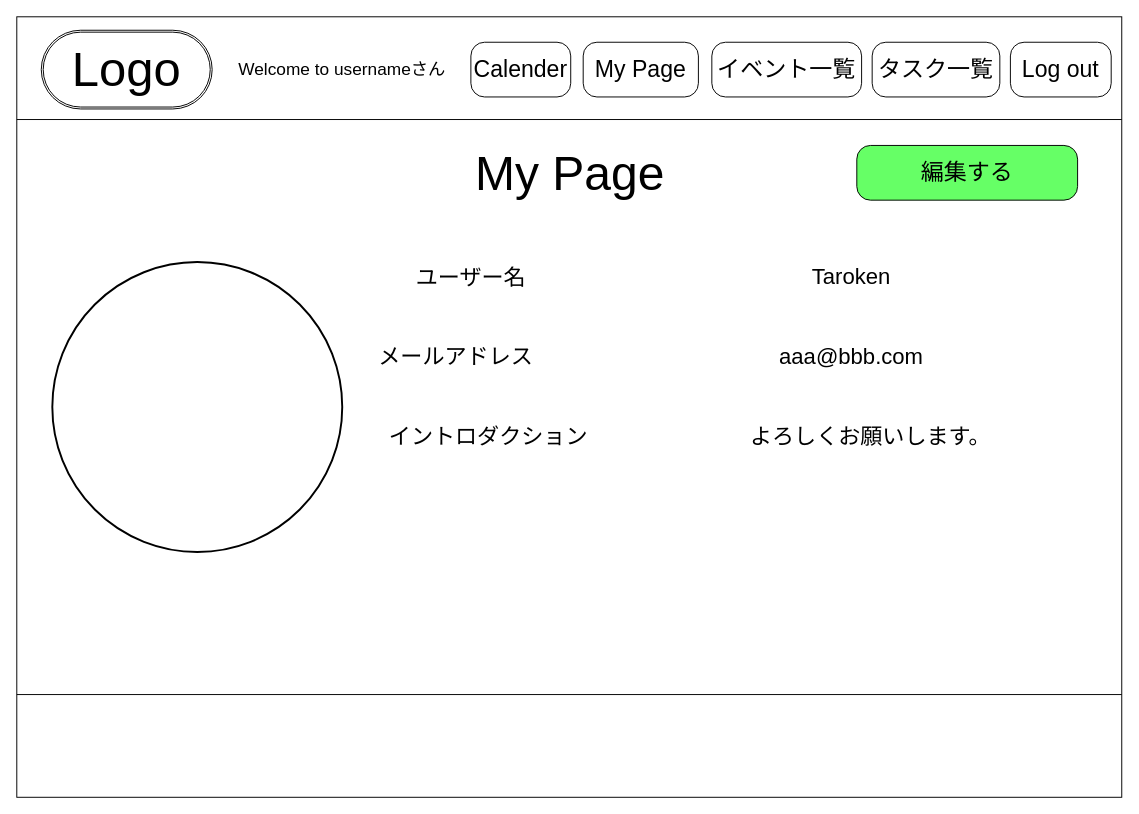
This is page "マイページ" (5 of 20) of wire flame.drawio from MurapyonCorp/My-Portfolio, a draw.io file, before an edit. Source tidied: cells renumbered, new cells numbered last; positions are measured from the earlier drawing's top-left corner, leaving out a move shared by most shapes. Both pictures are drawn from the tidied source at 96%, with x=0, y=0 at pixel (16, 16).
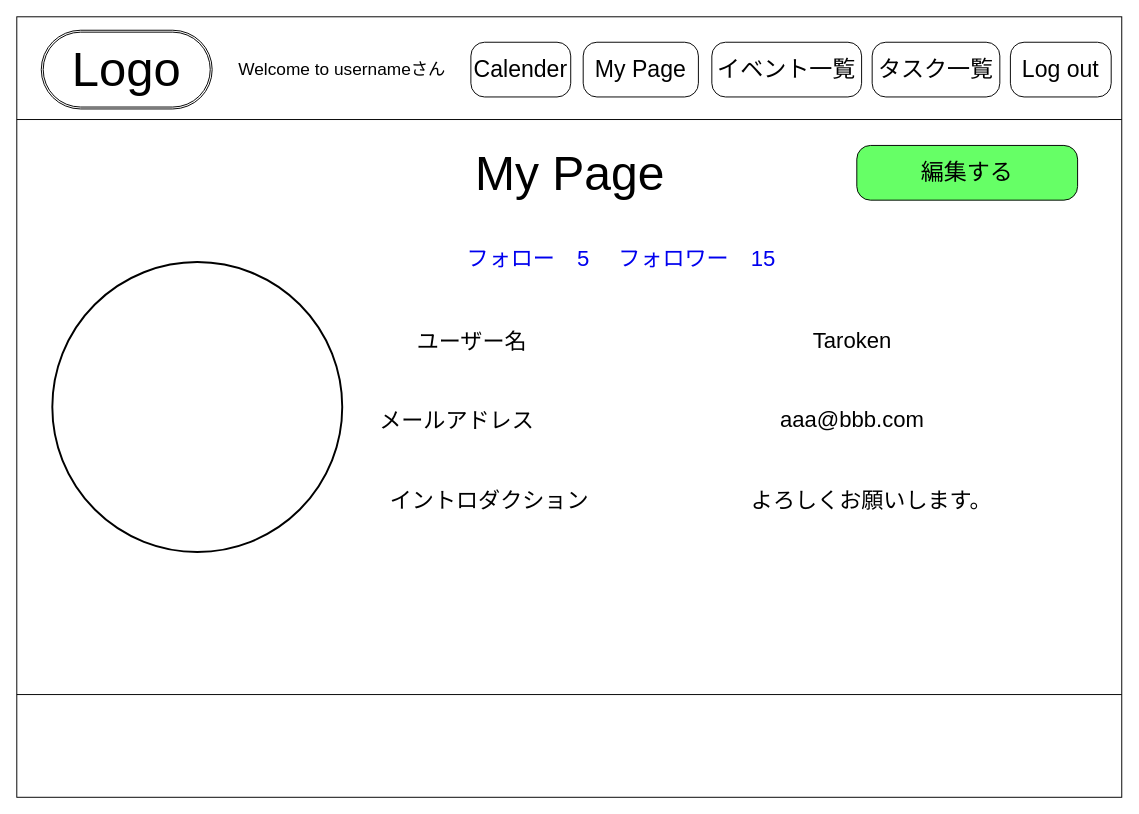
The same diagram, later.

The edit, as a diff of the source:
```diff
@@
     <mxCell id="12" value="ユーザー名" style="text;strokeColor=none;fillColor=none;align=left;verticalAlign=top;spacingLeft=4;spacingRight=4;overflow=hidden;fontSize=23;fontColor=#000000;" parent="1" vertex="1">
-      <mxGeometry x="410" y="251" width="132" height="40" as="geometry" />
+      <mxGeometry x="411" y="317.5" width="132" height="40" as="geometry" />
     </mxCell>
     <mxCell id="13" value="イントロダクション" style="text;strokeColor=none;fillColor=none;align=left;verticalAlign=top;spacingLeft=4;spacingRight=4;overflow=hidden;fontSize=23;fontColor=#000000;" parent="1" vertex="1">
-      <mxGeometry x="382" y="417" width="222" height="40" as="geometry" />
+      <mxGeometry x="383" y="483.5" width="222" height="40" as="geometry" />
     </mxCell>
     <mxCell id="14" value="メールアドレス" style="text;strokeColor=none;fillColor=none;align=left;verticalAlign=top;spacingLeft=4;spacingRight=4;overflow=hidden;fontSize=23;fontColor=#000000;" parent="1" vertex="1">
-      <mxGeometry x="371" y="333.5" width="171" height="40" as="geometry" />
+      <mxGeometry x="372" y="400" width="171" height="40" as="geometry" />
     </mxCell>
     <mxCell id="15" value="&lt;font color=&quot;#000000&quot;&gt;Taroken&lt;/font&gt;" style="text;html=1;strokeColor=none;fillColor=none;align=center;verticalAlign=middle;whiteSpace=wrap;rounded=0;fontSize=23;" parent="1" vertex="1">
-      <mxGeometry x="756" y="240.5" width="227" height="61" as="geometry" />
+      <mxGeometry x="757" y="307" width="227" height="61" as="geometry" />
     </mxCell>
     <mxCell id="16" value="&lt;font color=&quot;#000000&quot;&gt;aaa@bbb.com&lt;/font&gt;" style="text;html=1;strokeColor=none;fillColor=none;align=center;verticalAlign=middle;whiteSpace=wrap;rounded=0;fontSize=23;" parent="1" vertex="1">
-      <mxGeometry x="756" y="323" width="227" height="61" as="geometry" />
+      <mxGeometry x="757" y="389.5" width="227" height="61" as="geometry" />
     </mxCell>
     <mxCell id="17" value="&lt;font color=&quot;#000000&quot;&gt;よろしくお願いします。&lt;/font&gt;" style="text;html=1;strokeColor=none;fillColor=none;align=center;verticalAlign=middle;whiteSpace=wrap;rounded=0;fontSize=23;" parent="1" vertex="1">
-      <mxGeometry x="756" y="406.5" width="267" height="61" as="geometry" />
+      <mxGeometry x="757" y="473" width="267" height="61" as="geometry" />
     </mxCell>
@@
+    <mxCell id="20" value="フォロー　5" style="text;strokeColor=none;fillColor=none;align=left;verticalAlign=top;spacingLeft=4;spacingRight=4;overflow=hidden;fontSize=23;fontStyle=0;fontColor=#0000EE;" parent="1" vertex="1">
+      <mxGeometry x="463" y="231" width="142" height="40" as="geometry" />
+    </mxCell>
+    <mxCell id="21" value="フォロワー　15" style="text;strokeColor=none;fillColor=none;align=left;verticalAlign=top;spacingLeft=4;spacingRight=4;overflow=hidden;fontSize=23;fontStyle=0;fontColor=#0000EE;" parent="1" vertex="1">
+      <mxGeometry x="621" y="231" width="176" height="40" as="geometry" />
+    </mxCell>
```
